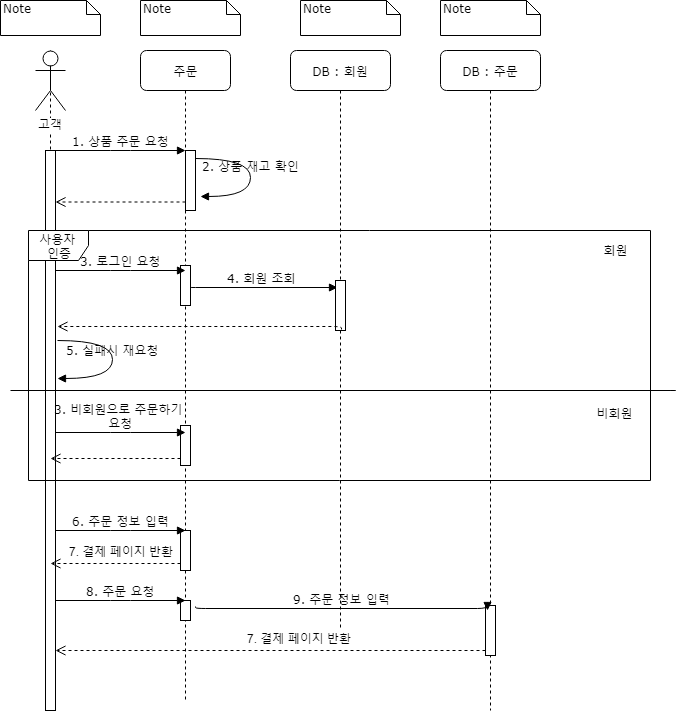
This is 1.다이어그램 & erd/img/sequence/주문.png from hanseonghye/ShoppingmallProject, a draw.io export, as it was before one commit. Source tidied: cells renumbered, new cells last; positions are measured from the earlier drawing's top-left corner, leaving out a move shared by most shapes. Source of this version:
```xml
<mxGraphModel background="#ffffff">
  <root>
    <mxCell id="0" />
    <mxCell id="1" parent="0" />
    <mxCell id="2" value="주문" style="shape=umlLifeline;perimeter=lifelinePerimeter;whiteSpace=wrap;html=1;rounded=1;shadow=0;comic=0;labelBackgroundColor=none;strokeColor=#000000;strokeWidth=1;fillColor=#FFFFFF;fontFamily=Verdana;fontSize=12;fontColor=#000000;align=center;" parent="1" vertex="1">
      <mxGeometry x="140" y="50" width="90" height="650" as="geometry" />
    </mxCell>
    <mxCell id="3" style="html=1;points=[];perimeter=orthogonalPerimeter;rounded=0;shadow=0;comic=0;labelBackgroundColor=none;strokeColor=#000000;strokeWidth=1;fillColor=#FFFFFF;fontFamily=Verdana;fontSize=12;fontColor=#000000;align=center;" parent="2" vertex="1">
      <mxGeometry x="45" y="100" width="10" height="60" as="geometry" />
    </mxCell>
    <mxCell id="4" value="DB : 회원" style="shape=umlLifeline;perimeter=lifelinePerimeter;whiteSpace=wrap;html=1;rounded=1;shadow=0;comic=0;labelBackgroundColor=none;strokeColor=#000000;strokeWidth=1;fillColor=#FFFFFF;fontFamily=Verdana;fontSize=12;fontColor=#000000;align=center;" parent="1" vertex="1">
      <mxGeometry x="290" y="50" width="100" height="580" as="geometry" />
    </mxCell>
    <mxCell id="5" value="DB : 주문" style="shape=umlLifeline;perimeter=lifelinePerimeter;whiteSpace=wrap;html=1;rounded=1;shadow=0;comic=0;labelBackgroundColor=none;strokeColor=#000000;strokeWidth=1;fillColor=#FFFFFF;fontFamily=Verdana;fontSize=12;fontColor=#000000;align=center;" parent="1" vertex="1">
      <mxGeometry x="440" y="50" width="100" height="660" as="geometry" />
    </mxCell>
    <mxCell id="6" style="html=1;points=[];perimeter=orthogonalPerimeter;rounded=0;shadow=0;comic=0;labelBackgroundColor=none;strokeColor=#000000;strokeWidth=1;fillColor=#FFFFFF;fontFamily=Verdana;fontSize=12;fontColor=#000000;align=center;" parent="5" vertex="1">
      <mxGeometry x="45" y="555" width="10" height="50" as="geometry" />
    </mxCell>
    <mxCell id="7" style="shape=umlLifeline;perimeter=lifelinePerimeter;whiteSpace=wrap;html=1;rounded=1;shadow=0;comic=0;labelBackgroundColor=none;strokeColor=#000000;strokeWidth=1;fillColor=#FFFFFF;fontFamily=Verdana;fontSize=12;fontColor=#000000;align=center;size=0;" parent="1" vertex="1">
      <mxGeometry y="50" width="100" height="660" as="geometry" />
    </mxCell>
    <mxCell id="8" style="html=1;points=[];perimeter=orthogonalPerimeter;rounded=0;shadow=0;comic=0;labelBackgroundColor=none;strokeColor=#000000;strokeWidth=1;fillColor=#FFFFFF;fontFamily=Verdana;fontSize=12;fontColor=#000000;align=center;" parent="7" vertex="1">
      <mxGeometry x="45" y="100" width="10" height="560" as="geometry" />
    </mxCell>
    <mxCell id="9" value="고객" style="shape=umlActor;verticalLabelPosition=bottom;labelBackgroundColor=#ffffff;verticalAlign=top;html=1;" parent="7" vertex="1">
      <mxGeometry x="35" width="30" height="60" as="geometry" />
    </mxCell>
    <mxCell id="10" value="1. 상품 주문 요청" style="html=1;verticalAlign=bottom;endArrow=block;entryX=0;entryY=0;labelBackgroundColor=none;fontFamily=Verdana;fontSize=12;edgeStyle=elbowEdgeStyle;elbow=vertical;" parent="1" edge="1" source="8" target="3">
      <mxGeometry relative="1" as="geometry" />
    </mxCell>
    <mxCell id="11" value="Note" style="shape=note;whiteSpace=wrap;html=1;size=14;verticalAlign=top;align=left;spacingTop=-6;rounded=0;shadow=0;comic=0;labelBackgroundColor=none;strokeColor=#000000;strokeWidth=1;fillColor=#FFFFFF;fontFamily=Verdana;fontSize=12;fontColor=#000000;" parent="1" vertex="1">
      <mxGeometry width="100" height="35" as="geometry" />
    </mxCell>
    <mxCell id="12" value="Note" style="shape=note;whiteSpace=wrap;html=1;size=14;verticalAlign=top;align=left;spacingTop=-6;rounded=0;shadow=0;comic=0;labelBackgroundColor=none;strokeColor=#000000;strokeWidth=1;fillColor=#FFFFFF;fontFamily=Verdana;fontSize=12;fontColor=#000000;" parent="1" vertex="1">
      <mxGeometry x="140" width="100" height="35" as="geometry" />
    </mxCell>
    <mxCell id="13" value="Note" style="shape=note;whiteSpace=wrap;html=1;size=14;verticalAlign=top;align=left;spacingTop=-6;rounded=0;shadow=0;comic=0;labelBackgroundColor=none;strokeColor=#000000;strokeWidth=1;fillColor=#FFFFFF;fontFamily=Verdana;fontSize=12;fontColor=#000000;" parent="1" vertex="1">
      <mxGeometry x="300" width="100" height="35" as="geometry" />
    </mxCell>
    <mxCell id="14" value="Note" style="shape=note;whiteSpace=wrap;html=1;size=14;verticalAlign=top;align=left;spacingTop=-6;rounded=0;shadow=0;comic=0;labelBackgroundColor=none;strokeColor=#000000;strokeWidth=1;fillColor=#FFFFFF;fontFamily=Verdana;fontSize=12;fontColor=#000000;" parent="1" vertex="1">
      <mxGeometry x="440" width="100" height="35" as="geometry" />
    </mxCell>
    <mxCell id="15" value="2. 상품 재고 확인" style="html=1;verticalAlign=bottom;endArrow=block;labelBackgroundColor=none;fontFamily=Verdana;fontSize=12;elbow=vertical;edgeStyle=orthogonalEdgeStyle;curved=1;entryX=1;entryY=0.286;entryPerimeter=0;exitX=1.038;exitY=0.345;exitPerimeter=0;" parent="1" edge="1">
      <mxGeometry relative="1" as="geometry">
        <mxPoint x="195" y="158" as="sourcePoint" />
        <mxPoint x="200" y="196" as="targetPoint" />
        <Array as="points">
          <mxPoint x="250" y="158" />
          <mxPoint x="250" y="196" />
        </Array>
      </mxGeometry>
    </mxCell>
    <mxCell id="16" style="html=1;verticalAlign=bottom;endArrow=open;dashed=1;endSize=8;labelBackgroundColor=none;fontFamily=Verdana;fontSize=12;edgeStyle=elbowEdgeStyle;elbow=vertical;" parent="1" edge="1">
      <mxGeometry x="0.62" y="-11" relative="1" as="geometry">
        <mxPoint x="185" y="201.5" as="sourcePoint" />
        <mxPoint x="55" y="201.5" as="targetPoint" />
        <Array as="points">
          <mxPoint x="130" y="201.5" />
          <mxPoint x="160" y="201.5" />
        </Array>
      </mxGeometry>
    </mxCell>
    <mxCell id="17" value="사용자 &lt;br&gt;인증" style="shape=umlFrame;whiteSpace=wrap;html=1;" parent="1" vertex="1">
      <mxGeometry x="28" y="230" width="622" height="250" as="geometry" />
    </mxCell>
    <mxCell id="18" value="4. 회원 조회" style="html=1;verticalAlign=bottom;endArrow=block;entryX=0.2;entryY=0.35;labelBackgroundColor=none;fontFamily=Verdana;fontSize=12;edgeStyle=elbowEdgeStyle;elbow=vertical;entryDx=0;entryDy=0;entryPerimeter=0;" parent="1" edge="1">
      <mxGeometry relative="1" as="geometry">
        <mxPoint x="185" y="286" as="sourcePoint" />
        <mxPoint x="337" y="287" as="targetPoint" />
      </mxGeometry>
    </mxCell>
    <mxCell id="19" style="html=1;points=[];perimeter=orthogonalPerimeter;rounded=0;shadow=0;comic=0;labelBackgroundColor=none;strokeColor=#000000;strokeWidth=1;fillColor=#FFFFFF;fontFamily=Verdana;fontSize=12;fontColor=#000000;align=center;" parent="1" vertex="1">
      <mxGeometry x="335" y="280" width="10" height="50" as="geometry" />
    </mxCell>
    <mxCell id="20" style="html=1;verticalAlign=bottom;endArrow=open;dashed=1;endSize=8;labelBackgroundColor=none;fontFamily=Verdana;fontSize=12;edgeStyle=elbowEdgeStyle;elbow=vertical;exitX=0.6;exitY=0.98;exitDx=0;exitDy=0;exitPerimeter=0;" parent="1" edge="1" source="19">
      <mxGeometry x="0.62" y="-11" relative="1" as="geometry">
        <mxPoint x="57" y="326" as="targetPoint" />
        <Array as="points">
          <mxPoint x="132" y="326" />
          <mxPoint x="162" y="326" />
        </Array>
      </mxGeometry>
    </mxCell>
    <mxCell id="21" value="5. 실패시 재요청" style="html=1;verticalAlign=bottom;endArrow=block;labelBackgroundColor=none;fontFamily=Verdana;fontSize=12;elbow=vertical;edgeStyle=orthogonalEdgeStyle;curved=1;exitX=1.038;exitY=0.345;exitPerimeter=0;" parent="1" edge="1">
      <mxGeometry relative="1" as="geometry">
        <mxPoint x="57" y="340" as="sourcePoint" />
        <mxPoint x="57" y="378" as="targetPoint" />
        <Array as="points">
          <mxPoint x="112" y="340" />
          <mxPoint x="112" y="378" />
        </Array>
      </mxGeometry>
    </mxCell>
    <mxCell id="22" value="회원" style="text;html=1;strokeColor=none;fillColor=none;align=center;verticalAlign=middle;whiteSpace=wrap;rounded=0;" parent="1" vertex="1">
      <mxGeometry x="595" y="240" width="40" height="20" as="geometry" />
    </mxCell>
    <mxCell id="23" style="html=1;perimeter=orthogonalPerimeter;rounded=0;shadow=0;comic=0;labelBackgroundColor=none;strokeColor=#000000;strokeWidth=1;fillColor=#FFFFFF;fontFamily=Verdana;fontSize=12;fontColor=#000000;align=center;" parent="1" vertex="1">
      <mxGeometry x="180" y="425" width="10" height="40" as="geometry" />
    </mxCell>
    <mxCell id="24" value="3. 비회원으로 주문하기 &lt;br&gt;요청" style="html=1;verticalAlign=bottom;endArrow=block;entryX=0;entryY=0;labelBackgroundColor=none;fontFamily=Verdana;fontSize=12;edgeStyle=elbowEdgeStyle;elbow=vertical;" parent="1" edge="1">
      <mxGeometry relative="1" as="geometry">
        <mxPoint x="55" y="432" as="sourcePoint" />
        <mxPoint x="185" y="432" as="targetPoint" />
      </mxGeometry>
    </mxCell>
    <mxCell id="25" style="html=1;verticalAlign=bottom;endArrow=open;dashed=1;endSize=8;labelBackgroundColor=none;fontFamily=Verdana;fontSize=12;edgeStyle=elbowEdgeStyle;elbow=vertical;" parent="1" edge="1">
      <mxGeometry x="0.62" y="-11" relative="1" as="geometry">
        <mxPoint x="180" y="458" as="sourcePoint" />
        <mxPoint x="50" y="458" as="targetPoint" />
        <Array as="points">
          <mxPoint x="125" y="458" />
          <mxPoint x="155" y="458" />
        </Array>
      </mxGeometry>
    </mxCell>
    <mxCell id="26" value="비회원" style="text;html=1;strokeColor=none;fillColor=none;align=center;verticalAlign=middle;whiteSpace=wrap;rounded=0;" parent="1" vertex="1">
      <mxGeometry x="594" y="403" width="40" height="20" as="geometry" />
    </mxCell>
    <mxCell id="27" style="endArrow=none;html=1;" parent="1" edge="1">
      <mxGeometry relative="1" as="geometry">
        <mxPoint x="10" y="390" as="sourcePoint" />
        <mxPoint x="110" y="390" as="targetPoint" />
        <Array as="points">
          <mxPoint x="680" y="390" />
        </Array>
      </mxGeometry>
    </mxCell>
    <mxCell id="28" style="html=1;perimeter=orthogonalPerimeter;rounded=0;shadow=0;comic=0;labelBackgroundColor=none;strokeColor=#000000;strokeWidth=1;fillColor=#FFFFFF;fontFamily=Verdana;fontSize=12;fontColor=#000000;align=center;" parent="1" vertex="1">
      <mxGeometry x="180" y="530" width="10" height="40" as="geometry" />
    </mxCell>
    <mxCell id="29" style="html=1;verticalAlign=bottom;endArrow=open;dashed=1;endSize=8;labelBackgroundColor=none;fontFamily=Verdana;fontSize=12;edgeStyle=elbowEdgeStyle;elbow=vertical;" parent="1" edge="1">
      <mxGeometry x="0.62" y="-11" relative="1" as="geometry">
        <mxPoint x="180" y="563" as="sourcePoint" />
        <mxPoint x="50" y="563" as="targetPoint" />
        <Array as="points">
          <mxPoint x="125" y="563" />
          <mxPoint x="155" y="563" />
        </Array>
      </mxGeometry>
    </mxCell>
    <mxCell id="30" value="7. 결제 페이지 반환" style="text;html=1;align=center;verticalAlign=middle;labelBackgroundColor=#ffffff;" parent="29" vertex="1">
      <mxGeometry x="-0.15" y="-21" relative="1" as="geometry">
        <mxPoint x="-5" y="8" as="offset" />
      </mxGeometry>
    </mxCell>
    <mxCell id="31" value="6. 주문 정보 입력" style="html=1;verticalAlign=bottom;endArrow=block;entryX=0;entryY=0;labelBackgroundColor=none;fontFamily=Verdana;fontSize=12;edgeStyle=elbowEdgeStyle;elbow=vertical;" parent="1" edge="1">
      <mxGeometry relative="1" as="geometry">
        <mxPoint x="55" y="530" as="sourcePoint" />
        <mxPoint x="185" y="530" as="targetPoint" />
      </mxGeometry>
    </mxCell>
    <mxCell id="32" style="html=1;perimeter=orthogonalPerimeter;rounded=0;shadow=0;comic=0;labelBackgroundColor=none;strokeColor=#000000;strokeWidth=1;fillColor=#FFFFFF;fontFamily=Verdana;fontSize=12;fontColor=#000000;align=center;" parent="1" vertex="1">
      <mxGeometry x="180" y="600" width="10" height="20" as="geometry" />
    </mxCell>
    <mxCell id="33" value="8. 주문 요청" style="html=1;verticalAlign=bottom;endArrow=block;entryX=0;entryY=0;labelBackgroundColor=none;fontFamily=Verdana;fontSize=12;edgeStyle=elbowEdgeStyle;elbow=vertical;" parent="1" edge="1">
      <mxGeometry relative="1" as="geometry">
        <mxPoint x="55" y="600" as="sourcePoint" />
        <mxPoint x="185" y="600" as="targetPoint" />
      </mxGeometry>
    </mxCell>
    <mxCell id="34" style="html=1;verticalAlign=bottom;endArrow=open;dashed=1;endSize=8;labelBackgroundColor=none;fontFamily=Verdana;fontSize=12;edgeStyle=elbowEdgeStyle;elbow=vertical;exitX=0.5;exitY=0.9;exitDx=0;exitDy=0;exitPerimeter=0;" parent="1" edge="1" source="6">
      <mxGeometry x="0.62" y="-11" relative="1" as="geometry">
        <mxPoint x="55" y="650" as="targetPoint" />
        <Array as="points">
          <mxPoint x="130" y="650" />
          <mxPoint x="160" y="650" />
        </Array>
      </mxGeometry>
    </mxCell>
    <mxCell id="35" value="7. 결제 페이지 반환" style="text;html=1;align=center;verticalAlign=middle;labelBackgroundColor=#ffffff;" parent="34" vertex="1">
      <mxGeometry x="-0.15" y="-21" relative="1" as="geometry">
        <mxPoint x="-5" y="8" as="offset" />
      </mxGeometry>
    </mxCell>
    <mxCell id="36" value="9. 주문 정보 입력" style="html=1;verticalAlign=bottom;endArrow=block;entryX=0.2;entryY=0.1;labelBackgroundColor=none;fontFamily=Verdana;fontSize=12;edgeStyle=elbowEdgeStyle;elbow=vertical;entryDx=0;entryDy=0;entryPerimeter=0;" parent="1" edge="1" target="6">
      <mxGeometry relative="1" as="geometry">
        <mxPoint x="195" y="606" as="sourcePoint" />
      </mxGeometry>
    </mxCell>
    <mxCell id="37" style="html=1;perimeter=orthogonalPerimeter;rounded=0;shadow=0;comic=0;labelBackgroundColor=none;strokeColor=#000000;strokeWidth=1;fillColor=#FFFFFF;fontFamily=Verdana;fontSize=12;fontColor=#000000;align=center;" parent="1" vertex="1">
      <mxGeometry x="180" y="265" width="10" height="40" as="geometry" />
    </mxCell>
    <mxCell id="38" value="3. 로그인 요청" style="html=1;verticalAlign=bottom;endArrow=block;entryX=0;entryY=0;labelBackgroundColor=none;fontFamily=Verdana;fontSize=12;edgeStyle=elbowEdgeStyle;elbow=vertical;" parent="1" edge="1">
      <mxGeometry relative="1" as="geometry">
        <mxPoint x="55" y="270" as="sourcePoint" />
        <mxPoint x="185" y="270" as="targetPoint" />
      </mxGeometry>
    </mxCell>
  </root>
</mxGraphModel>
```
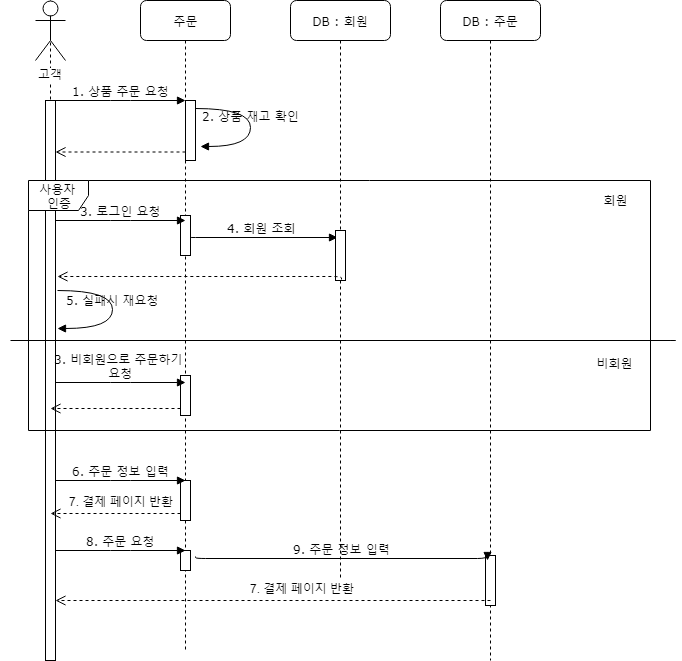
After the commit.

Diff of the diagram source:
```diff
@@ -29,18 +29,6 @@
     <mxCell id="10" value="1. 상품 주문 요청" style="html=1;verticalAlign=bottom;endArrow=block;entryX=0;entryY=0;labelBackgroundColor=none;fontFamily=Verdana;fontSize=12;edgeStyle=elbowEdgeStyle;elbow=vertical;" parent="1" edge="1" source="8" target="3">
       <mxGeometry relative="1" as="geometry" />
     </mxCell>
-    <mxCell id="11" value="Note" style="shape=note;whiteSpace=wrap;html=1;size=14;verticalAlign=top;align=left;spacingTop=-6;rounded=0;shadow=0;comic=0;labelBackgroundColor=none;strokeColor=#000000;strokeWidth=1;fillColor=#FFFFFF;fontFamily=Verdana;fontSize=12;fontColor=#000000;" parent="1" vertex="1">
-      <mxGeometry width="100" height="35" as="geometry" />
-    </mxCell>
-    <mxCell id="12" value="Note" style="shape=note;whiteSpace=wrap;html=1;size=14;verticalAlign=top;align=left;spacingTop=-6;rounded=0;shadow=0;comic=0;labelBackgroundColor=none;strokeColor=#000000;strokeWidth=1;fillColor=#FFFFFF;fontFamily=Verdana;fontSize=12;fontColor=#000000;" parent="1" vertex="1">
-      <mxGeometry x="140" width="100" height="35" as="geometry" />
-    </mxCell>
-    <mxCell id="13" value="Note" style="shape=note;whiteSpace=wrap;html=1;size=14;verticalAlign=top;align=left;spacingTop=-6;rounded=0;shadow=0;comic=0;labelBackgroundColor=none;strokeColor=#000000;strokeWidth=1;fillColor=#FFFFFF;fontFamily=Verdana;fontSize=12;fontColor=#000000;" parent="1" vertex="1">
-      <mxGeometry x="300" width="100" height="35" as="geometry" />
-    </mxCell>
-    <mxCell id="14" value="Note" style="shape=note;whiteSpace=wrap;html=1;size=14;verticalAlign=top;align=left;spacingTop=-6;rounded=0;shadow=0;comic=0;labelBackgroundColor=none;strokeColor=#000000;strokeWidth=1;fillColor=#FFFFFF;fontFamily=Verdana;fontSize=12;fontColor=#000000;" parent="1" vertex="1">
-      <mxGeometry x="440" width="100" height="35" as="geometry" />
-    </mxCell>
     <mxCell id="15" value="2. 상품 재고 확인" style="html=1;verticalAlign=bottom;endArrow=block;labelBackgroundColor=none;fontFamily=Verdana;fontSize=12;elbow=vertical;edgeStyle=orthogonalEdgeStyle;curved=1;entryX=1;entryY=0.286;entryPerimeter=0;exitX=1.038;exitY=0.345;exitPerimeter=0;" parent="1" edge="1">
       <mxGeometry relative="1" as="geometry">
         <mxPoint x="195" y="158" as="sourcePoint" />
```
